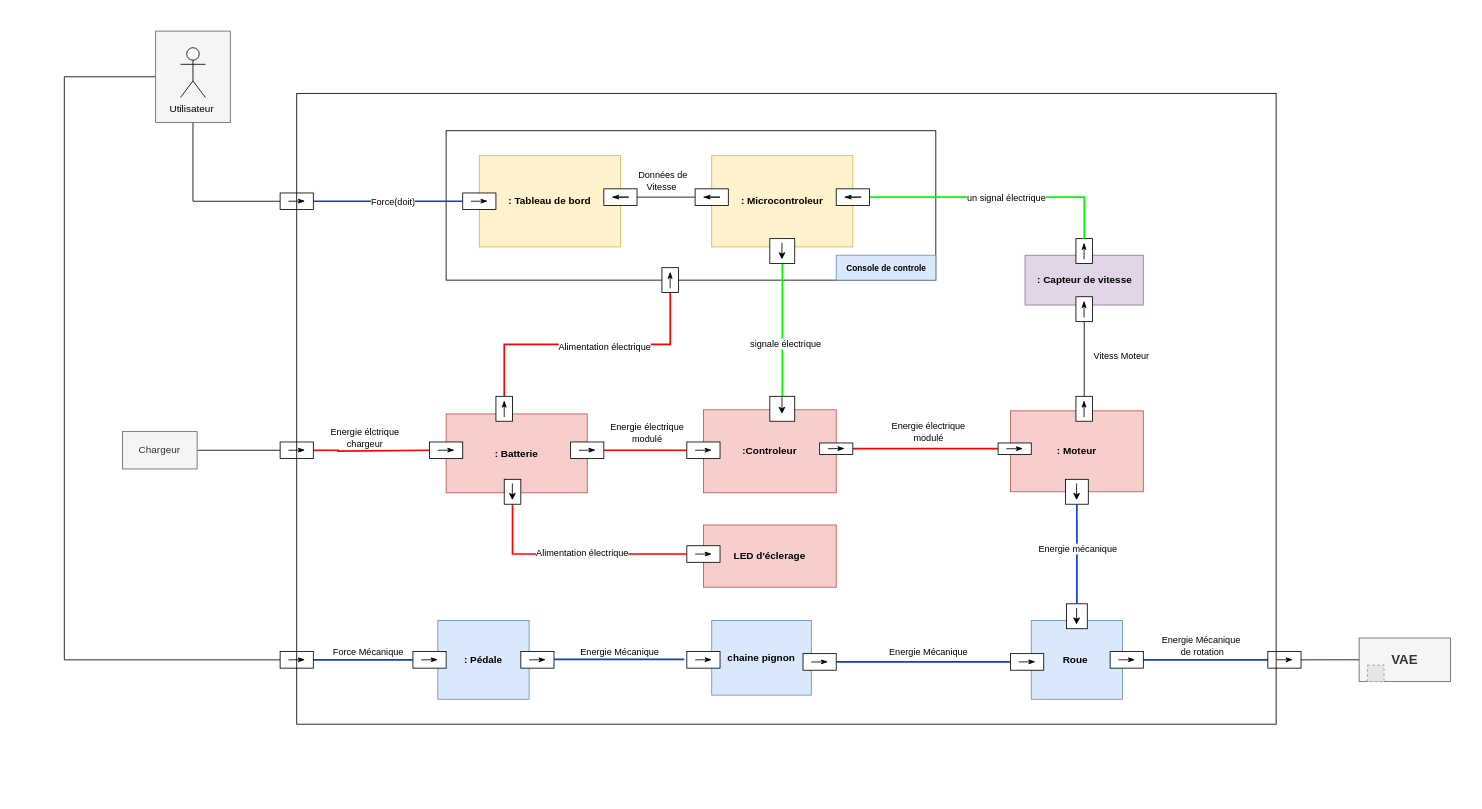
Above: diagramme de bloc interne.drawio in zakaria-bak/VAE-Velo-Assistance-Electrique--SysML-diagrams (draw.io), before the change. Source tidied: cells renumbered, new cells numbered last; positions are measured from the earlier drawing's top-left corner, leaving out a move shared by most shapes. Both pictures are drawn from the tidied source at 83%, with x=0, y=0 at pixel (64, 31). Pictures stored in the file or linked from it are replaced by grey dashed boxes.
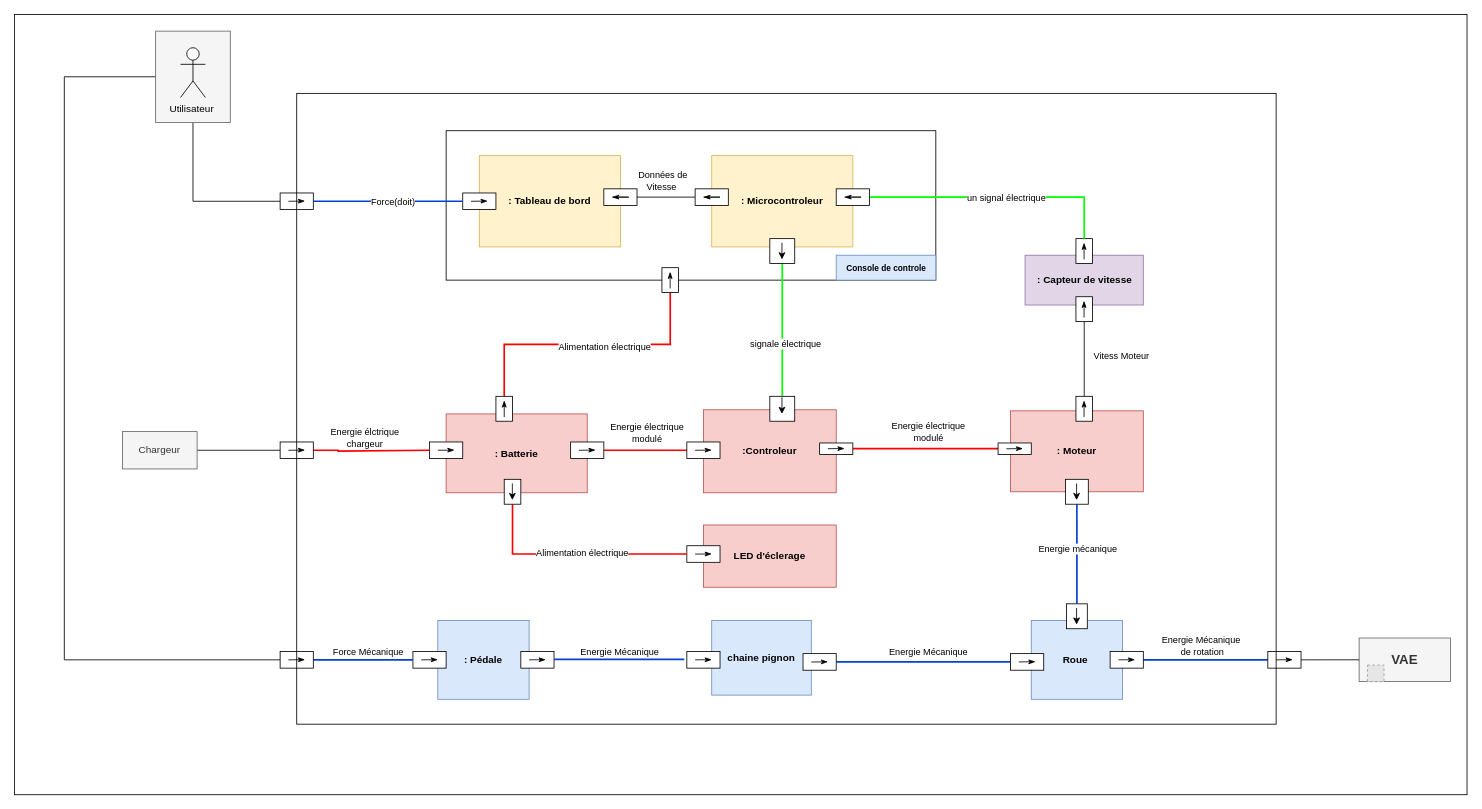
The same diagram, later.

The edit, as a diff of the source:
```diff
@@
+    <mxCell id="114" style="rounded=0;whiteSpace=wrap;html=1;fillColor=none;" parent="1" vertex="1">
+      <mxGeometry x="-60" y="-20" width="1750" height="940" as="geometry" />
+    </mxCell>
```
